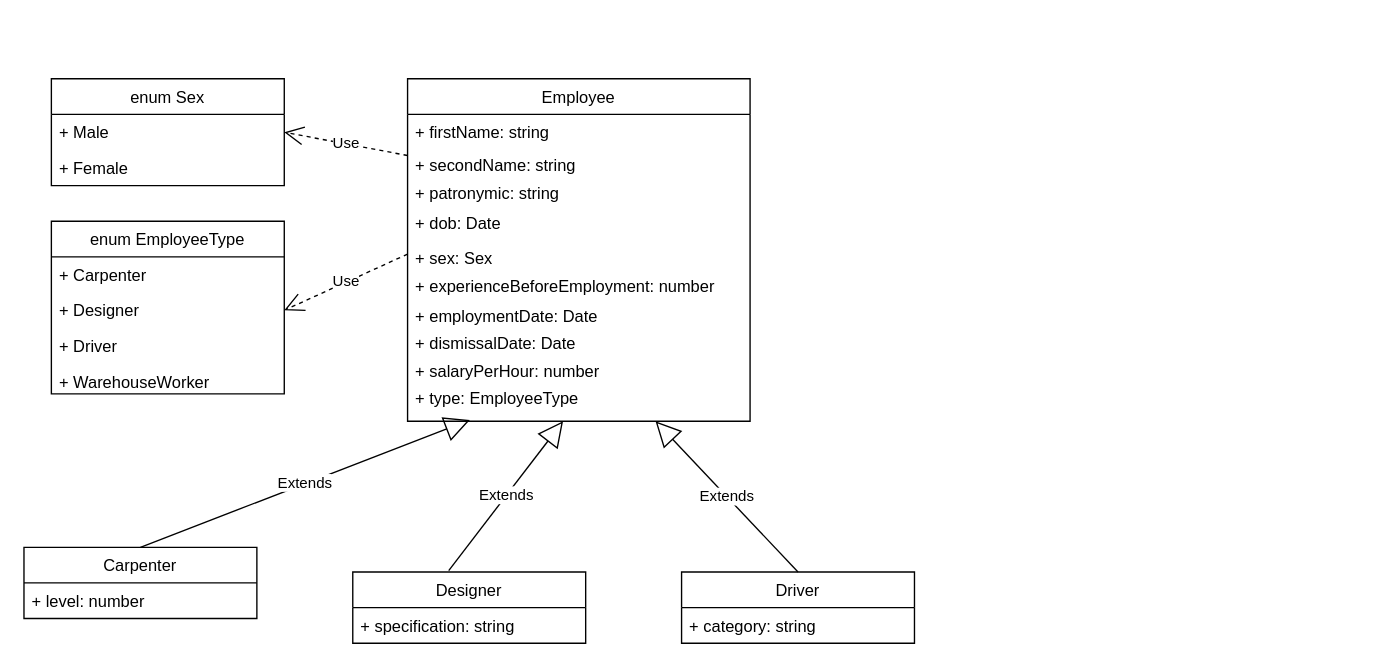
Before: HR/hr.drawio in CloudOpsMaster/factoryBusinessOptimisation, a draw.io diagram. Source tidied: cells renumbered, new cells numbered last; positions are measured from the earlier drawing's top-left corner, leaving out a move shared by most shapes. Both pictures are drawn from the tidied source at 137%, with x=0, y=0 at pixel (23, 78).
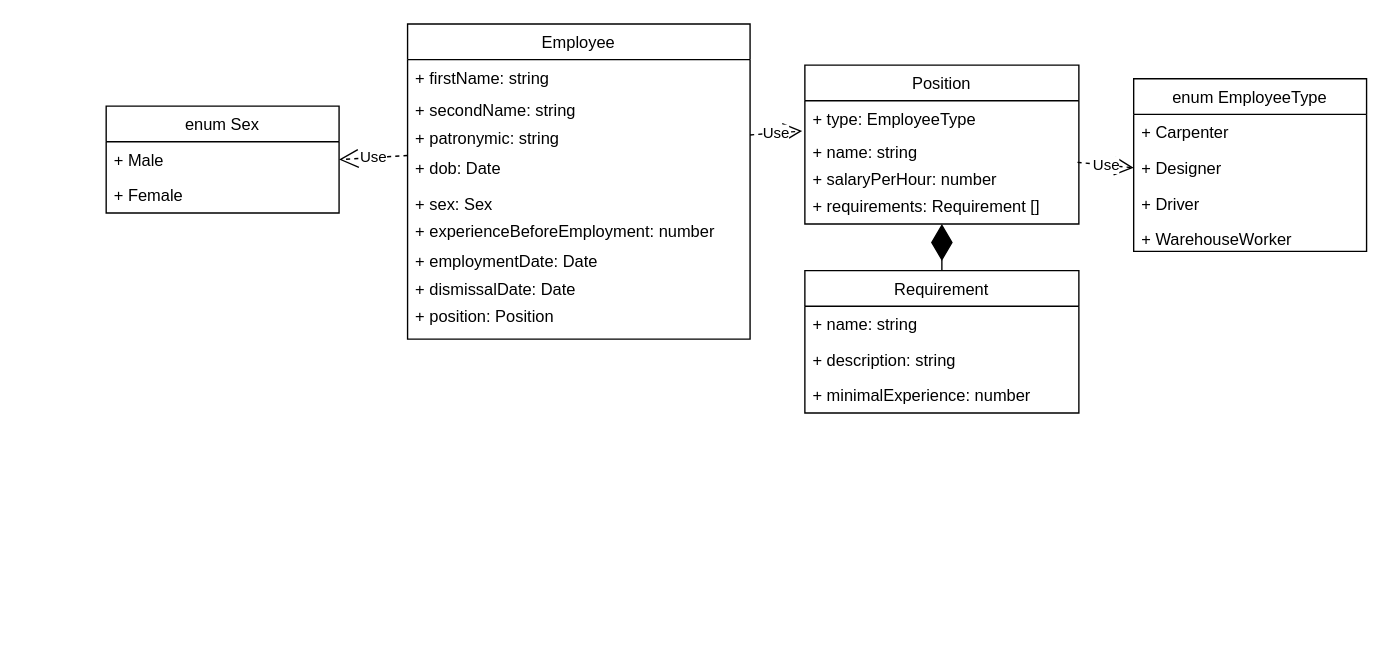
The same page after the edit.

Commit message:
HR: position-requirements model

The change refers to these unchanged cells:
```xml
<mxCell id="5" value="+ patronymic: string" style="text;strokeColor=none;fillColor=none;align=left;verticalAlign=top;spacingLeft=4;spacingRight=4;overflow=hidden;points=[[0,0.5],[1,0.5]];portConstraint=eastwest;" parent="2" vertex="1">
  <mxGeometry y="70" width="250" height="22" as="geometry" />
</mxCell>
<mxCell id="7" value="+ sex: Sex" style="text;strokeColor=none;fillColor=none;align=left;verticalAlign=top;spacingLeft=4;spacingRight=4;overflow=hidden;points=[[0,0.5],[1,0.5]];portConstraint=eastwest;" parent="2" vertex="1">
  <mxGeometry y="118" width="250" height="20" as="geometry" />
</mxCell>
<mxCell id="19" value="+ Designer" style="text;strokeColor=none;fillColor=none;align=left;verticalAlign=top;spacingLeft=4;spacingRight=4;overflow=hidden;points=[[0,0.5],[1,0.5]];portConstraint=eastwest;" parent="17" vertex="1">
  <mxGeometry y="52" width="170" height="26" as="geometry" />
</mxCell>
```

The edit, as a diff of the source:
```diff
@@
     <mxCell id="2" value="Employee" style="swimlane;fontStyle=0;horizontal=1;startSize=26;fillColor=none;" parent="1" vertex="1">
-      <mxGeometry x="280" width="250" height="250" as="geometry" />
+      <mxGeometry x="280" y="-40" width="250" height="230" as="geometry" />
     </mxCell>
@@
-    <mxCell id="11" value="+ salaryPerHour: number" style="text;strokeColor=none;fillColor=none;align=left;verticalAlign=top;spacingLeft=4;spacingRight=4;overflow=hidden;points=[[0,0.5],[1,0.5]];portConstraint=eastwest;" parent="2" vertex="1">
-      <mxGeometry y="200" width="250" height="20" as="geometry" />
-    </mxCell>
-    <mxCell id="12" value="+ type: EmployeeType" style="text;strokeColor=none;fillColor=none;align=left;verticalAlign=top;spacingLeft=4;spacingRight=4;overflow=hidden;points=[[0,0.5],[1,0.5]];portConstraint=eastwest;" parent="2" vertex="1">
-      <mxGeometry y="220" width="250" height="30" as="geometry" />
+    <mxCell id="12" value="+ position: Position" style="text;strokeColor=none;fillColor=none;align=left;verticalAlign=top;spacingLeft=4;spacingRight=4;overflow=hidden;points=[[0,0.5],[1,0.5]];portConstraint=eastwest;" parent="2" vertex="1">
+      <mxGeometry y="200" width="250" height="30" as="geometry" />
     </mxCell>
     <mxCell id="13" value="enum Sex" style="swimlane;fontStyle=0;horizontal=1;startSize=26;fillColor=none;" parent="1" vertex="1">
-      <mxGeometry x="20" width="170" height="78" as="geometry" />
+      <mxGeometry x="60" y="20" width="170" height="78" as="geometry" />
     </mxCell>
@@
     <mxCell id="17" value="enum EmployeeType" style="swimlane;fontStyle=0;horizontal=1;startSize=26;fillColor=none;" parent="1" vertex="1">
-      <mxGeometry x="20" y="104" width="170" height="126" as="geometry" />
+      <mxGeometry x="810" width="170" height="126" as="geometry" />
     </mxCell>
@@
-    <mxCell id="22" value="Use" style="endArrow=open;endSize=12;dashed=1;html=1;exitX=0;exitY=0.5;exitDx=0;exitDy=0;entryX=1;entryY=0.5;entryDx=0;entryDy=0;" parent="1" edge="1" source="7" target="19">
-      <mxGeometry relative="1" as="geometry" />
-    </mxCell>
-    <mxCell id="23" value="Driver" style="swimlane;fontStyle=0;horizontal=1;startSize=26;fillColor=none;" parent="1" vertex="1">
-      <mxGeometry x="480" y="360" width="170" height="52" as="geometry" />
-    </mxCell>
-    <mxCell id="24" value="+ category: string" style="text;strokeColor=none;fillColor=none;align=left;verticalAlign=top;spacingLeft=4;spacingRight=4;overflow=hidden;" parent="23" vertex="1">
-      <mxGeometry y="26" width="170" height="26" as="geometry" />
-    </mxCell>
-    <mxCell id="25" value="Extends" style="endArrow=block;endSize=16;endFill=0;html=1;entryX=0.724;entryY=1;entryDx=0;entryDy=0;entryPerimeter=0;exitX=0.5;exitY=0;exitDx=0;exitDy=0;" parent="1" edge="1" source="23" target="12">
-      <mxGeometry relative="1" as="geometry" />
-    </mxCell>
-    <mxCell id="26" value="Designer" style="swimlane;fontStyle=0;horizontal=1;startSize=26;fillColor=none;" parent="1" vertex="1">
-      <mxGeometry x="240" y="360" width="170" height="52" as="geometry" />
-    </mxCell>
-    <mxCell id="27" value="+ specification: string" style="text;strokeColor=none;fillColor=none;align=left;verticalAlign=top;spacingLeft=4;spacingRight=4;overflow=hidden;" parent="26" vertex="1">
-      <mxGeometry y="26" width="170" height="26" as="geometry" />
-    </mxCell>
-    <mxCell id="28" value="Extends" style="endArrow=block;endSize=16;endFill=0;html=1;exitX=0.412;exitY=-0.019;exitDx=0;exitDy=0;exitPerimeter=0;" parent="1" edge="1" source="26" target="12">
-      <mxGeometry relative="1" as="geometry" />
-    </mxCell>
-    <mxCell id="29" value="Carpenter" style="swimlane;fontStyle=0;horizontal=1;startSize=26;fillColor=none;" parent="1" vertex="1">
-      <mxGeometry y="342" width="170" height="52" as="geometry" />
-    </mxCell>
-    <mxCell id="30" value="+ level: number" style="text;strokeColor=none;fillColor=none;align=left;verticalAlign=top;spacingLeft=4;spacingRight=4;overflow=hidden;" parent="29" vertex="1">
-      <mxGeometry y="26" width="170" height="26" as="geometry" />
-    </mxCell>
-    <mxCell id="31" value="Extends" style="endArrow=block;endSize=16;endFill=0;html=1;entryX=0.182;entryY=0.967;entryDx=0;entryDy=0;entryPerimeter=0;exitX=0.5;exitY=0;exitDx=0;exitDy=0;" parent="1" edge="1" source="29" target="12">
-      <mxGeometry relative="1" as="geometry" />
-    </mxCell>
+    <mxCell id="32" value="Position" style="swimlane;fontStyle=0;horizontal=1;startSize=26;fillColor=none;" parent="1" vertex="1">
+      <mxGeometry x="570" y="-10" width="200" height="116" as="geometry" />
+    </mxCell>
+    <mxCell id="33" value="+ type: EmployeeType" style="text;strokeColor=none;fillColor=none;align=left;verticalAlign=top;spacingLeft=4;spacingRight=4;overflow=hidden;points=[[0,0.5],[1,0.5]];portConstraint=eastwest;" parent="32" vertex="1">
+      <mxGeometry y="26" width="200" height="24" as="geometry" />
+    </mxCell>
+    <mxCell id="34" value="+ name: string" style="text;strokeColor=none;fillColor=none;align=left;verticalAlign=top;spacingLeft=4;spacingRight=4;overflow=hidden;" parent="32" vertex="1">
+      <mxGeometry y="50" width="200" height="20" as="geometry" />
+    </mxCell>
+    <mxCell id="11" value="+ salaryPerHour: number" style="text;strokeColor=none;fillColor=none;align=left;verticalAlign=top;spacingLeft=4;spacingRight=4;overflow=hidden;points=[[0,0.5],[1,0.5]];portConstraint=eastwest;" parent="32" vertex="1">
+      <mxGeometry y="70" width="200" height="20" as="geometry" />
+    </mxCell>
+    <mxCell id="35" value="+ requirements: Requirement []" style="text;strokeColor=none;fillColor=none;align=left;verticalAlign=top;spacingLeft=4;spacingRight=4;overflow=hidden;points=[[0,0.5],[1,0.5]];portConstraint=eastwest;" parent="32" vertex="1">
+      <mxGeometry y="90" width="200" height="26" as="geometry" />
+    </mxCell>
+    <mxCell id="36" value="Requirement" style="swimlane;fontStyle=0;horizontal=1;startSize=26;fillColor=none;" parent="1" vertex="1">
+      <mxGeometry x="570" y="140" width="200" height="104" as="geometry" />
+    </mxCell>
+    <mxCell id="37" value="+ name: string" style="text;strokeColor=none;fillColor=none;align=left;verticalAlign=top;spacingLeft=4;spacingRight=4;overflow=hidden;" parent="36" vertex="1">
+      <mxGeometry y="26" width="200" height="26" as="geometry" />
+    </mxCell>
+    <mxCell id="38" value="+ description: string" style="text;strokeColor=none;fillColor=none;align=left;verticalAlign=top;spacingLeft=4;spacingRight=4;overflow=hidden;" parent="36" vertex="1">
+      <mxGeometry y="52" width="200" height="26" as="geometry" />
+    </mxCell>
+    <mxCell id="39" value="+ minimalExperience: number" style="text;strokeColor=none;fillColor=none;align=left;verticalAlign=top;spacingLeft=4;spacingRight=4;overflow=hidden;" parent="36" vertex="1">
+      <mxGeometry y="78" width="200" height="26" as="geometry" />
+    </mxCell>
+    <mxCell id="40" style="endArrow=diamondThin;endFill=1;endSize=24;html=1;" parent="1" edge="1" source="36" target="35">
+      <mxGeometry relative="1" as="geometry" />
+    </mxCell>
+    <mxCell id="41" value="Use" style="endArrow=open;endSize=12;dashed=1;html=1;exitX=1;exitY=0.5;exitDx=0;exitDy=0;entryX=-0.01;entryY=0.923;entryDx=0;entryDy=0;entryPerimeter=0;" parent="1" edge="1" source="5" target="33">
+      <mxGeometry relative="1" as="geometry" />
+    </mxCell>
+    <mxCell id="42" value="Use" style="endArrow=open;endSize=12;dashed=1;html=1;exitX=0.995;exitY=0.05;exitDx=0;exitDy=0;entryX=0;entryY=0.5;entryDx=0;entryDy=0;exitPerimeter=0;" parent="1" edge="1" source="11" target="19">
+      <mxGeometry relative="1" as="geometry" />
+    </mxCell>
```
